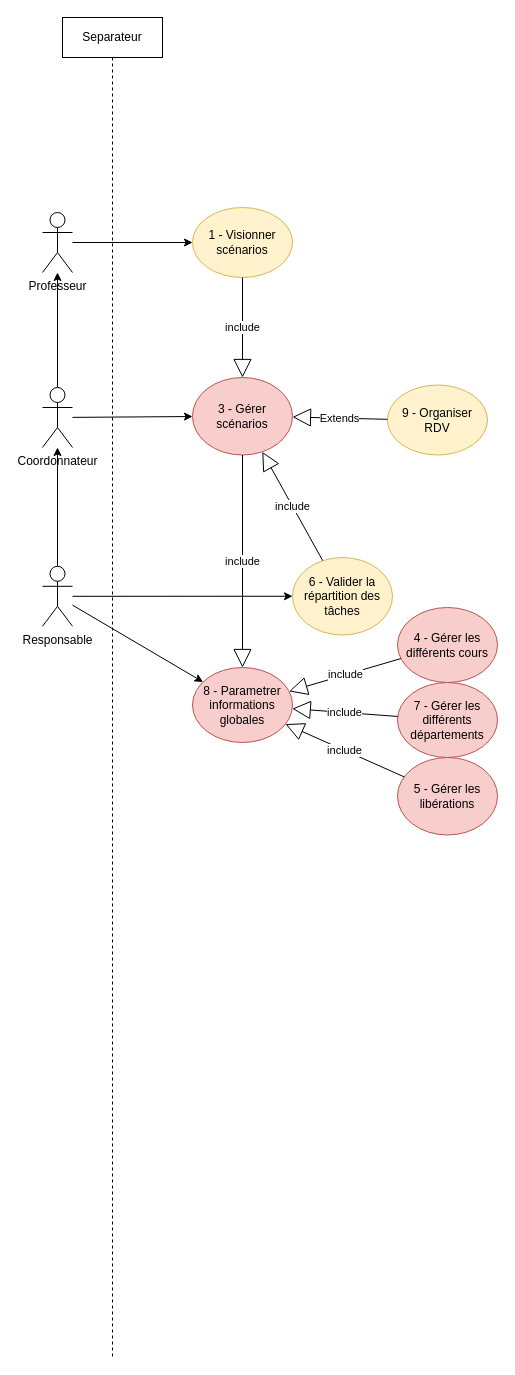
Nicolas-Delahaie/stage-quebec keeps this draw.io diagram as DCU.drawio. Above is the earlier version. Source tidied: cells renumbered, new cells numbered last; positions are measured from the earlier drawing's top-left corner, leaving out a move shared by most shapes. Both pictures are drawn from the tidied source at 100%, with x=0, y=0 at pixel (42, 17).
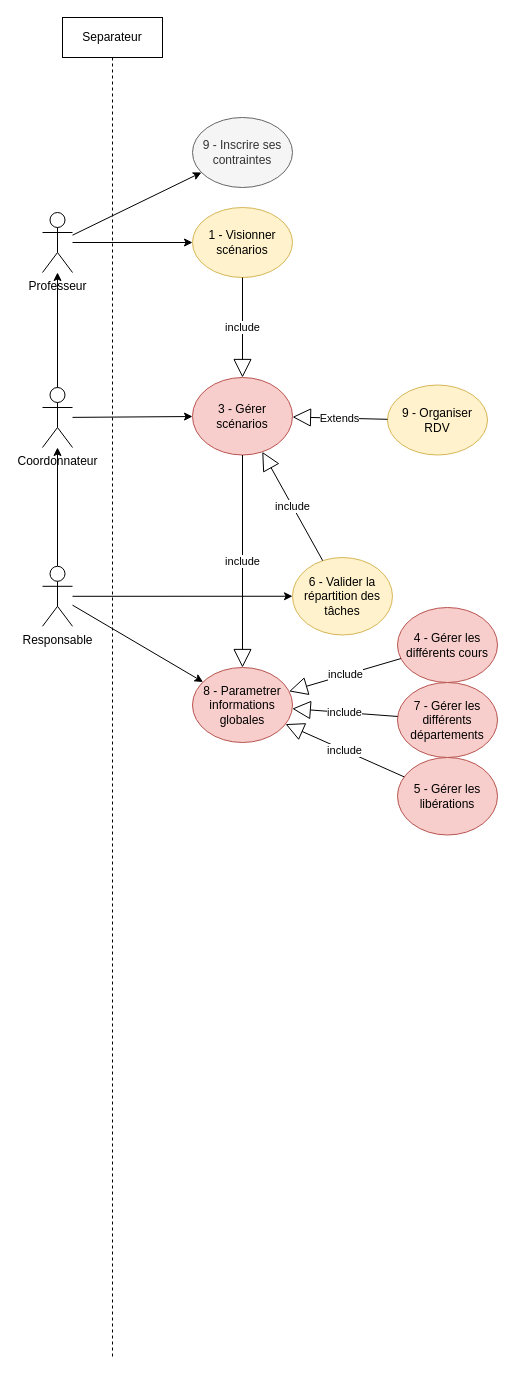
The same page after the edit.

Unchanged cells that the change refers to:
```xml
<mxCell id="5" value="Professeur" style="shape=umlActor;verticalLabelPosition=bottom;verticalAlign=top;html=1;" parent="1" vertex="1">
  <mxGeometry y="195" width="30" height="60" as="geometry" />
</mxCell>
```

Diff of the diagram source:
```diff
@@
-<mxGraphModel>
+<mxGraphModel background="#ffffff">
@@
+    <mxCell id="27" style="edgeStyle=none;html=1;" parent="1" edge="1" source="5" target="28">
+      <mxGeometry relative="1" as="geometry" />
+    </mxCell>
@@
+    <mxCell id="28" value="9 - Inscrire ses contraintes" style="ellipse;whiteSpace=wrap;html=1;fillColor=#f5f5f5;strokeColor=#666666;fontColor=#333333;" parent="1" vertex="1">
+      <mxGeometry x="150" y="100" width="100" height="70" as="geometry" />
+    </mxCell>
```
